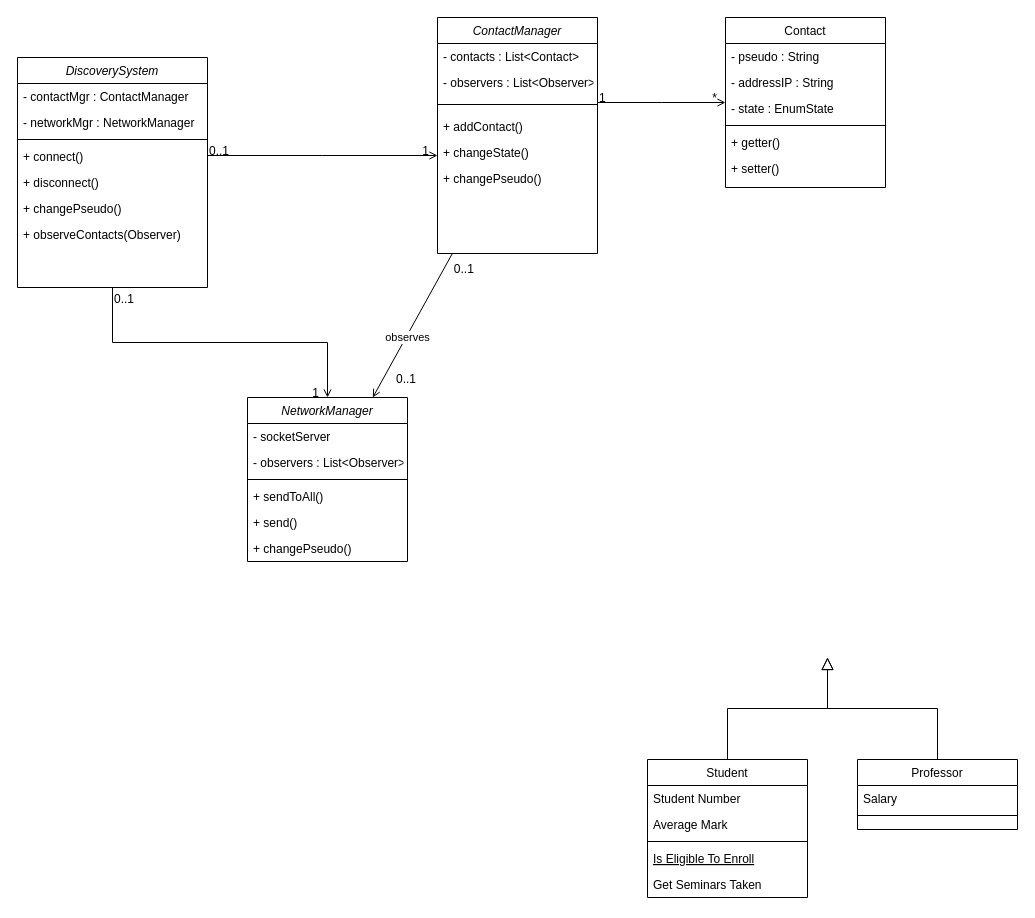
The draw.io diagram conception/ClassDiagramDiscoverySystem.drawio in insa-4ir-chatsystem/chatsystem-billard-slamnia, before the edit. Source tidied: cells renumbered, new cells numbered last; positions are measured from the earlier drawing's top-left corner, leaving out a move shared by most shapes. Both pictures are drawn from the tidied source at 100%, with x=0, y=0 at pixel (17, 17).
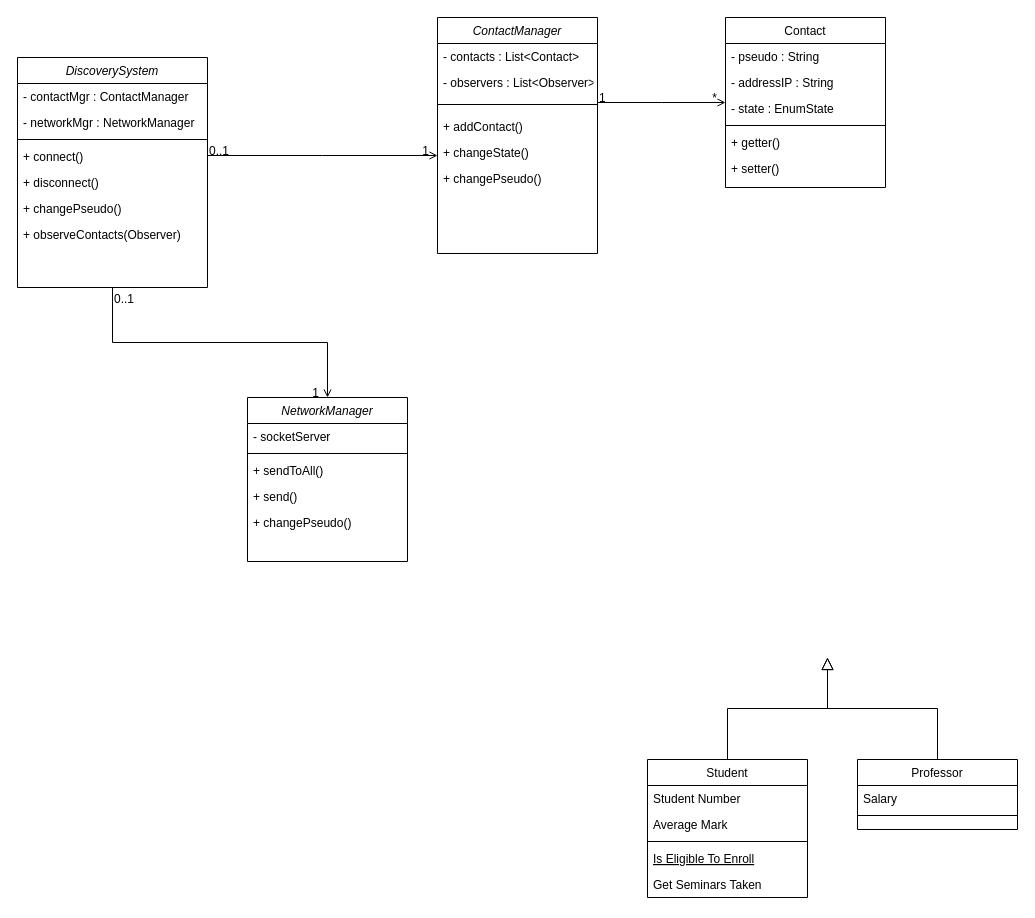
The same diagram, later.

Commit message:
Mettre à jour ClassDiagramDiscoverySystem.drawio

Unchanged cells that the change refers to:
```xml
<mxCell id="2" value="ContactManager" style="swimlane;fontStyle=2;align=center;verticalAlign=top;horizontal=1;startSize=26;rounded=0;shadow=0;strokeWidth=1;" parent="1" vertex="1">
  <mxGeometry x="420" width="160" height="236" as="geometry" />
</mxCell>
<mxCell id="30" value="NetworkManager" style="swimlane;fontStyle=2;align=center;verticalAlign=top;horizontal=1;startSize=26;rounded=0;shadow=0;strokeWidth=1;" parent="1" vertex="1">
  <mxGeometry x="230" y="380" width="160" height="164" as="geometry" />
</mxCell>
```

Change to the diagram source:
```diff
@@
-    <mxCell id="32" value="- observers : List&lt;Observer&gt;" style="text;align=left;verticalAlign=top;spacingLeft=4;spacingRight=4;overflow=hidden;" parent="30" vertex="1">
-      <mxGeometry y="52" width="160" height="26" as="geometry" />
-    </mxCell>
     <mxCell id="33" style="line;html=1;strokeWidth=1;align=left;verticalAlign=middle;spacingTop=-1;spacingLeft=3;spacingRight=3;labelPosition=right;" parent="30" vertex="1">
-      <mxGeometry y="78" width="160" height="8" as="geometry" />
+      <mxGeometry y="52" width="160" height="8" as="geometry" />
     </mxCell>
     <mxCell id="34" value="+ sendToAll()" style="text;align=left;verticalAlign=top;spacingLeft=4;spacingRight=4;overflow=hidden;" parent="30" vertex="1">
-      <mxGeometry y="86" width="160" height="26" as="geometry" />
+      <mxGeometry y="60" width="160" height="26" as="geometry" />
     </mxCell>
     <mxCell id="35" value="+ send()" style="text;align=left;verticalAlign=top;spacingLeft=4;spacingRight=4;overflow=hidden;" parent="30" vertex="1">
-      <mxGeometry y="112" width="160" height="26" as="geometry" />
+      <mxGeometry y="86" width="160" height="26" as="geometry" />
     </mxCell>
     <mxCell id="36" value="+ changePseudo()" style="text;align=left;verticalAlign=top;spacingLeft=4;spacingRight=4;overflow=hidden;" parent="30" vertex="1">
-      <mxGeometry y="138" width="160" height="26" as="geometry" />
+      <mxGeometry y="112" width="160" height="26" as="geometry" />
     </mxCell>
@@
-    <mxCell id="51" style="endArrow=open;shadow=0;strokeWidth=1;rounded=0;endFill=1;elbow=vertical;" parent="1" edge="1" source="2" target="30">
-      <mxGeometry x="0.5" y="41" relative="1" as="geometry">
-        <mxPoint x="-40" y="32" as="offset" />
-      </mxGeometry>
-    </mxCell>
-    <mxCell id="52" value="0..1" style="align=left;verticalAlign=bottom;labelBackgroundColor=none;fontSize=12;" parent="51" vertex="1">
-      <mxGeometry x="-1" relative="1" as="geometry">
-        <mxPoint y="24" as="offset" />
-      </mxGeometry>
-    </mxCell>
-    <mxCell id="53" value="0..1" style="align=right;verticalAlign=bottom;labelBackgroundColor=none;fontSize=12;" parent="51" vertex="1">
-      <mxGeometry x="1" relative="1" as="geometry">
-        <mxPoint x="45" y="-10" as="offset" />
-      </mxGeometry>
-    </mxCell>
-    <mxCell id="54" value="&lt;div&gt;observes&lt;/div&gt;" style="edgeLabel;html=1;align=center;verticalAlign=middle;" parent="51" vertex="1">
-      <mxGeometry x="0.14" relative="1" as="geometry">
-        <mxPoint y="1" as="offset" />
-      </mxGeometry>
-    </mxCell>
```
